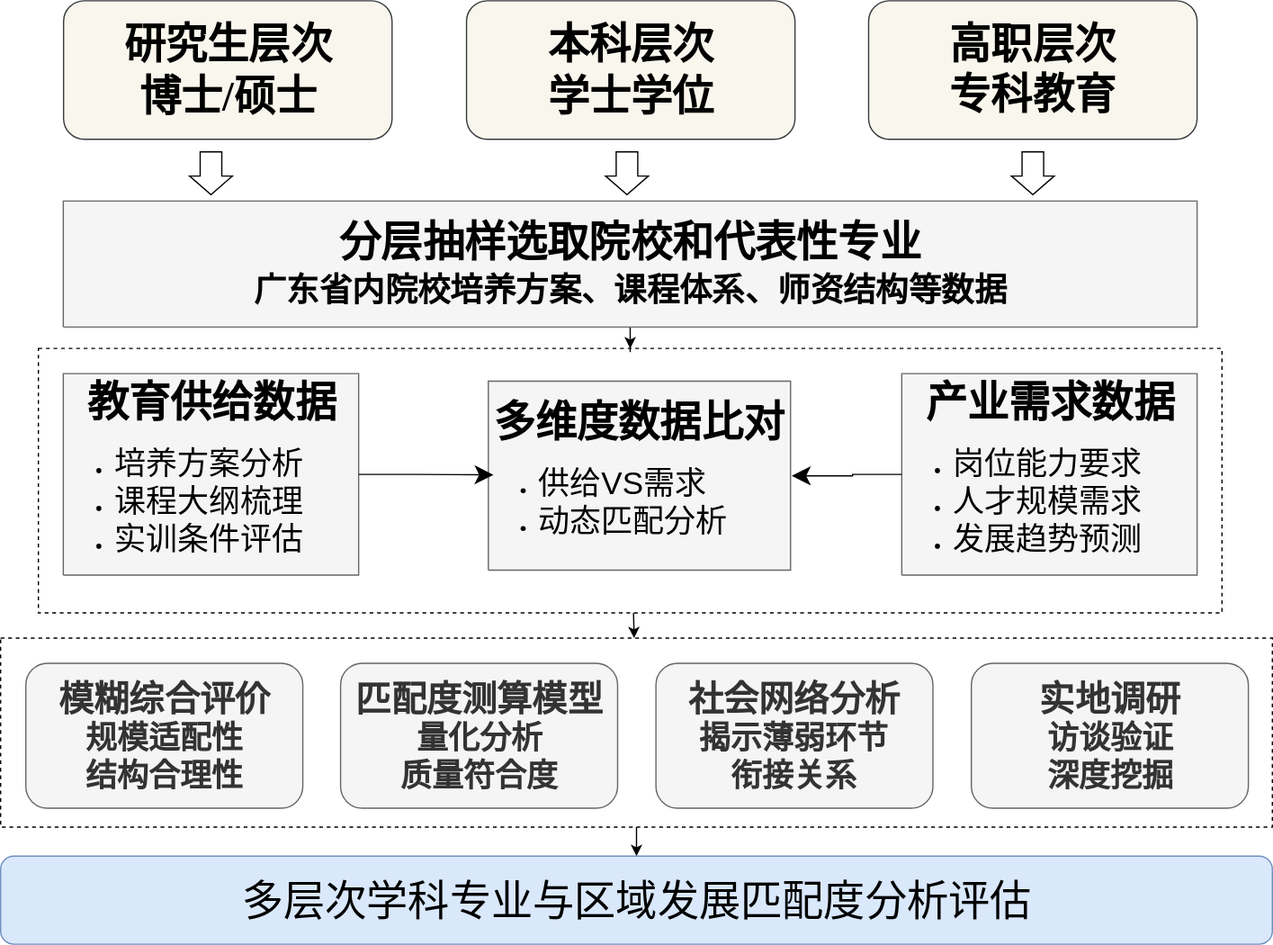
This is 图5.drawio.svg from handsome-tony/picture, a draw.io export, as it was before one commit. Source tidied: cells renumbered, new cells last; positions are measured from the earlier drawing's top-left corner, leaving out a move shared by most shapes.
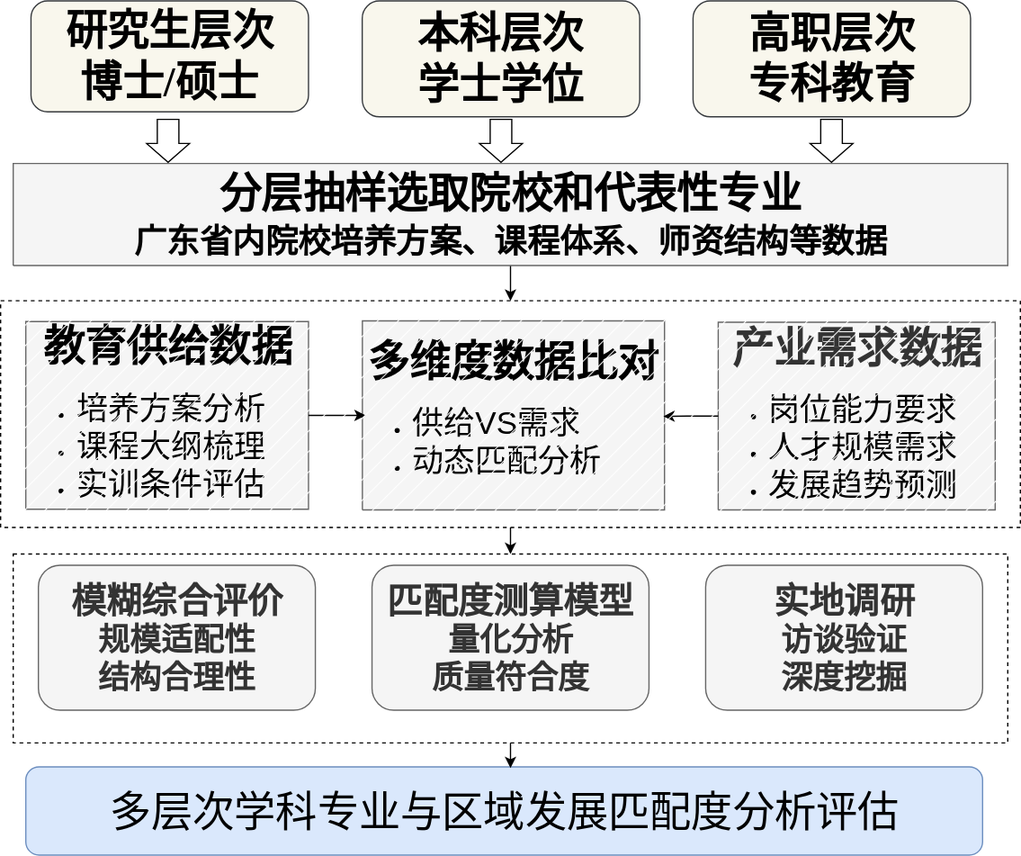
After the change.

Change to the diagram source:
```diff
@@ -2,71 +2,68 @@
   <root>
     <mxCell id="0" />
     <mxCell id="1" parent="0" />
-    <mxCell id="2" style="edgeStyle=orthogonalEdgeStyle;rounded=0;jettySize=auto;html=1;entryX=0.5;entryY=0;entryDx=0;entryDy=0;" parent="1" edge="1" source="3" target="21">
-      <mxGeometry relative="1" as="geometry" />
-    </mxCell>
     <mxCell id="3" style="rounded=0;whiteSpace=wrap;html=1;dashed=1;fillStyle=hatch;" parent="1" vertex="1">
-      <mxGeometry y="506" width="1010" height="150" as="geometry" />
+      <mxGeometry x="110" y="487" width="790" height="150" as="geometry" />
     </mxCell>
-    <mxCell id="4" style="rounded=0;jettySize=auto;html=1;" parent="1" edge="1" source="5" target="3">
-      <mxGeometry relative="1" as="geometry" />
-    </mxCell>
-    <mxCell id="5" style="rounded=0;whiteSpace=wrap;html=1;dashed=1;fillStyle=hatch;" parent="1" vertex="1">
-      <mxGeometry x="30" y="276" width="940" height="210" as="geometry" />
-    </mxCell>
-    <mxCell id="6" style="edgeStyle=orthogonalEdgeStyle;rounded=0;jettySize=auto;html=1;entryX=0.5;entryY=0;entryDx=0;entryDy=0;" parent="1" edge="1" source="7" target="5">
-      <mxGeometry relative="1" as="geometry" />
-    </mxCell>
+    <mxCell id="24" style="edgeStyle=orthogonalEdgeStyle;rounded=0;jettySize=auto;html=1;entryX=0.5;entryY=0;entryDx=0;entryDy=0;" parent="1" edge="1" source="7" target="26">
+      <mxGeometry relative="1" as="geometry" />
+    </mxCell>
     <mxCell id="7" value="&lt;div&gt;&lt;span style=&quot;background-color: transparent;&quot;&gt;&lt;font style=&quot;font-size: 33px;&quot; face=&quot;SimSun&quot; color=&quot;#000000&quot;&gt;&lt;b style=&quot;&quot;&gt;分层抽样选取院校和代表性专业&lt;/b&gt;&lt;/font&gt;&lt;/span&gt;&lt;/div&gt;&lt;div&gt;&lt;b&gt;&lt;font style=&quot;font-size: 26px;&quot;&gt;&lt;span style=&quot;background-color: transparent;&quot;&gt;&lt;font face=&quot;SimSun&quot; color=&quot;#000000&quot;&gt;广东&lt;/font&gt;&lt;/span&gt;&lt;span style=&quot;background-color: transparent;&quot;&gt;&lt;font face=&quot;SimSun&quot; color=&quot;#000000&quot;&gt;省内院校培养方案、课程体系、师资结构等数据&lt;/font&gt;&lt;/span&gt;&lt;/font&gt;&lt;/b&gt;&lt;/div&gt;" style="verticalAlign=middle;align=center;overflow=width;vsdxID=4;fillColor=#f5f5f5;shape=(stored shape, 160 characters);strokeColor=#666666;spacingTop=-1;spacingBottom=-1;spacingLeft=-1;spacingRight=-1;points=[];labelBackgroundColor=none;rounded=0;html=1;whiteSpace=wrap;fontSize=28;fontColor=#333333;" parent="1" vertex="1">
-      <mxGeometry x="49.8" y="159" width="900.4" height="100" as="geometry" />
+      <mxGeometry x="110" y="177" width="790" height="81" as="geometry" />
     </mxCell>
-    <mxCell id="8" value="&lt;div style=&quot;&quot;&gt;&lt;span style=&quot;background-color: transparent; font-size: 33px;&quot;&gt;&lt;font face=&quot;SimSun&quot;&gt;&lt;b&gt;研究生层次&lt;/b&gt;&lt;/font&gt;&lt;/span&gt;&lt;/div&gt;&lt;div style=&quot;&quot;&gt;&lt;span style=&quot;background-color: transparent; font-size: 33px;&quot;&gt;&lt;font face=&quot;SimSun&quot;&gt;&lt;b&gt;博士/硕士&lt;/b&gt;&lt;/font&gt;&lt;/span&gt;&lt;/div&gt;" style="rounded=1;whiteSpace=wrap;html=1;fillStyle=auto;fillColor=#f9f7ed;strokeColor=#36393d;" parent="1" vertex="1">
-      <mxGeometry x="50" width="260.9" height="110" as="geometry" />
-    </mxCell>
-    <mxCell id="9" value="&lt;div style=&quot;&quot;&gt;&lt;span style=&quot;background-color: transparent; font-size: 33px;&quot;&gt;&lt;font face=&quot;SimSun&quot;&gt;&lt;b&gt;本科&lt;/b&gt;&lt;/font&gt;&lt;/span&gt;&lt;b style=&quot;font-family: SimSun; background-color: transparent; font-size: 33px; color: light-dark(rgb(0, 0, 0), rgb(255, 255, 255));&quot;&gt;层次&lt;/b&gt;&lt;/div&gt;&lt;div style=&quot;&quot;&gt;&lt;span style=&quot;background-color: transparent; font-size: 33px;&quot;&gt;&lt;font face=&quot;SimSun&quot;&gt;&lt;b&gt;学士学位&lt;/b&gt;&lt;/font&gt;&lt;/span&gt;&lt;/div&gt;" style="rounded=1;whiteSpace=wrap;html=1;fillStyle=auto;fillColor=#f9f7ed;strokeColor=#36393d;" parent="1" vertex="1">
-      <mxGeometry x="370" width="260.9" height="110" as="geometry" />
-    </mxCell>
     <mxCell id="10" value="&lt;div style=&quot;&quot;&gt;&lt;span style=&quot;background-color: transparent; font-size: 33px;&quot;&gt;&lt;font face=&quot;SimSun&quot;&gt;&lt;b&gt;高职&lt;/b&gt;&lt;/font&gt;&lt;/span&gt;&lt;b style=&quot;background-color: transparent; color: light-dark(rgb(0, 0, 0), rgb(255, 255, 255)); font-family: SimSun; font-size: 33px;&quot;&gt;层次&lt;/b&gt;&lt;/div&gt;&lt;div style=&quot;&quot;&gt;&lt;font face=&quot;SimSun&quot;&gt;&lt;span style=&quot;font-size: 33px;&quot;&gt;&lt;b&gt;专科教育&lt;/b&gt;&lt;/span&gt;&lt;/font&gt;&lt;/div&gt;" style="rounded=1;whiteSpace=wrap;html=1;fillStyle=auto;fillColor=#f9f7ed;strokeColor=#36393d;" parent="1" vertex="1">
-      <mxGeometry x="689.3" width="260.9" height="110" as="geometry" />
+      <mxGeometry x="650" y="48" width="220.4" height="92" as="geometry" />
     </mxCell>
     <mxCell id="11" style="shape=singleArrow;direction=south;whiteSpace=wrap;html=1;fontFamily=Times New Roman;arrowWidth=0.5047607421875151;arrowSize=0.43714320591517664;rotation=0;" parent="1" vertex="1">
-      <mxGeometry x="150.1" y="120" width="34" height="34" as="geometry" />
+      <mxGeometry x="216" y="142" width="34" height="34" as="geometry" />
     </mxCell>
     <mxCell id="12" style="shape=singleArrow;direction=south;whiteSpace=wrap;html=1;fontFamily=Times New Roman;arrowWidth=0.5047607421875151;arrowSize=0.43714320591517664;rotation=0;" parent="1" vertex="1">
-      <mxGeometry x="480.4" y="120" width="34" height="34" as="geometry" />
+      <mxGeometry x="480.4" y="142" width="34" height="34" as="geometry" />
     </mxCell>
     <mxCell id="13" style="shape=singleArrow;direction=south;whiteSpace=wrap;html=1;fontFamily=Times New Roman;arrowWidth=0.5047607421875151;arrowSize=0.43714320591517664;rotation=0;" parent="1" vertex="1">
-      <mxGeometry x="802.8" y="120" width="34" height="34" as="geometry" />
+      <mxGeometry x="743" y="142" width="34" height="34" as="geometry" />
     </mxCell>
     <mxCell id="14" value="&lt;div&gt;&lt;span style=&quot;background-color: transparent; font-size: 33px;&quot;&gt;&lt;font face=&quot;SimSun&quot; color=&quot;#000000&quot;&gt;&lt;b&gt;教育供给数据&lt;/b&gt;&lt;/font&gt;&lt;/span&gt;&lt;/div&gt;&lt;div&gt;&lt;ul style=&quot;font-size: 12px; color: rgb(0, 0, 0);&quot;&gt;&lt;li style=&quot;text-align: left;&quot;&gt;&lt;font style=&quot;font-size: 25px;&quot;&gt;培养方案分析&lt;/font&gt;&lt;/li&gt;&lt;li style=&quot;text-align: left;&quot;&gt;&lt;font style=&quot;font-size: 25px;&quot;&gt;课程大纲梳理&lt;/font&gt;&lt;/li&gt;&lt;li style=&quot;text-align: left;&quot;&gt;&lt;font style=&quot;font-size: 25px;&quot;&gt;实训条件评估&lt;/font&gt;&lt;/li&gt;&lt;/ul&gt;&lt;/div&gt;" style="verticalAlign=middle;align=center;overflow=width;vsdxID=4;fillColor=#f5f5f5;shape=(stored shape, 160 characters);strokeColor=#666666;spacingTop=-1;spacingBottom=-1;spacingLeft=-1;spacingRight=-1;points=[];labelBackgroundColor=none;rounded=0;html=1;whiteSpace=wrap;fontSize=28;fontColor=#333333;" parent="1" vertex="1">
-      <mxGeometry x="49.8" y="296" width="234.6" height="160" as="geometry" />
+      <mxGeometry x="120" y="302.5" width="224.6" height="149" as="geometry" />
     </mxCell>
     <mxCell id="15" value="&lt;div&gt;&lt;span style=&quot;background-color: transparent; font-size: 33px;&quot;&gt;&lt;font face=&quot;SimSun&quot; color=&quot;#000000&quot;&gt;&lt;b&gt;多维度数据比对&lt;/b&gt;&lt;/font&gt;&lt;/span&gt;&lt;/div&gt;&lt;div&gt;&lt;ul style=&quot;font-size: 12px; color: rgb(0, 0, 0);&quot;&gt;&lt;li style=&quot;text-align: left;&quot;&gt;&lt;font style=&quot;font-size: 25px;&quot;&gt;供给VS需求&lt;/font&gt;&lt;/li&gt;&lt;li style=&quot;text-align: left;&quot;&gt;&lt;font style=&quot;font-size: 25px;&quot;&gt;动态匹配分析&lt;/font&gt;&lt;/li&gt;&lt;/ul&gt;&lt;/div&gt;" style="verticalAlign=middle;align=center;overflow=width;vsdxID=4;fillColor=#f5f5f5;shape=(stored shape, 160 characters);strokeColor=#666666;spacingTop=-1;spacingBottom=-1;spacingLeft=-1;spacingRight=-1;points=[];labelBackgroundColor=none;rounded=0;html=1;whiteSpace=wrap;fontSize=28;fontColor=#333333;" parent="1" vertex="1">
       <mxGeometry x="387.3" y="302" width="240" height="150" as="geometry" />
     </mxCell>
-    <mxCell id="16" value="&lt;div&gt;&lt;span style=&quot;background-color: transparent; font-size: 33px;&quot;&gt;&lt;font face=&quot;SimSun&quot; color=&quot;#000000&quot;&gt;&lt;b&gt;产业需求数据&lt;/b&gt;&lt;/font&gt;&lt;/span&gt;&lt;/div&gt;&lt;div&gt;&lt;ul style=&quot;font-size: 12px; color: rgb(0, 0, 0);&quot;&gt;&lt;li style=&quot;text-align: left;&quot;&gt;&lt;font style=&quot;font-size: 25px;&quot;&gt;岗位能力要求&lt;/font&gt;&lt;/li&gt;&lt;li style=&quot;text-align: left;&quot;&gt;&lt;font style=&quot;font-size: 25px;&quot;&gt;人才规模需求&lt;/font&gt;&lt;/li&gt;&lt;li style=&quot;text-align: left;&quot;&gt;&lt;font style=&quot;font-size: 25px;&quot;&gt;发展趋势预测&lt;/font&gt;&lt;/li&gt;&lt;/ul&gt;&lt;/div&gt;" style="verticalAlign=middle;align=center;overflow=width;vsdxID=4;fillColor=#f5f5f5;shape=(stored shape, 160 characters);strokeColor=#666666;spacingTop=-1;spacingBottom=-1;spacingLeft=-1;spacingRight=-1;points=[];labelBackgroundColor=none;rounded=0;html=1;whiteSpace=wrap;fontSize=28;fontColor=#333333;" parent="1" vertex="1">
-      <mxGeometry x="715.7" y="296" width="234.6" height="160" as="geometry" />
-    </mxCell>
     <mxCell id="17" value="&lt;div style=&quot;&quot;&gt;&lt;span style=&quot;background-color: transparent; font-size: 28px;&quot;&gt;&lt;font face=&quot;SimSun&quot;&gt;&lt;b&gt;模糊综合评价&lt;/b&gt;&lt;/font&gt;&lt;/span&gt;&lt;/div&gt;&lt;div style=&quot;&quot;&gt;&lt;span style=&quot;background-color: transparent;&quot;&gt;&lt;font style=&quot;font-size: 25px;&quot; face=&quot;SimSun&quot;&gt;&lt;b style=&quot;&quot;&gt;规模适配性&lt;/b&gt;&lt;/font&gt;&lt;/span&gt;&lt;/div&gt;&lt;div style=&quot;&quot;&gt;&lt;span style=&quot;background-color: transparent;&quot;&gt;&lt;font style=&quot;font-size: 25px;&quot; face=&quot;SimSun&quot;&gt;&lt;b style=&quot;&quot;&gt;结构合理性&lt;/b&gt;&lt;/font&gt;&lt;/span&gt;&lt;/div&gt;" style="rounded=1;whiteSpace=wrap;html=1;fillColor=#f5f5f5;fontColor=#333333;strokeColor=#666666;" parent="1" vertex="1">
-      <mxGeometry x="20" y="526" width="220" height="115" as="geometry" />
+      <mxGeometry x="130" y="496" width="220" height="115" as="geometry" />
     </mxCell>
     <mxCell id="18" value="&lt;div style=&quot;&quot;&gt;&lt;span style=&quot;background-color: transparent; font-size: 28px;&quot;&gt;&lt;font face=&quot;SimSun&quot;&gt;&lt;b&gt;匹配度测算模型&lt;/b&gt;&lt;/font&gt;&lt;/span&gt;&lt;/div&gt;&lt;div style=&quot;&quot;&gt;&lt;span style=&quot;background-color: transparent;&quot;&gt;&lt;font style=&quot;font-size: 25px;&quot; face=&quot;SimSun&quot;&gt;&lt;b style=&quot;&quot;&gt;量化分析&lt;/b&gt;&lt;/font&gt;&lt;/span&gt;&lt;/div&gt;&lt;div style=&quot;&quot;&gt;&lt;span style=&quot;background-color: transparent;&quot;&gt;&lt;font style=&quot;font-size: 25px;&quot; face=&quot;SimSun&quot;&gt;&lt;b style=&quot;&quot;&gt;质量符合度&lt;/b&gt;&lt;/font&gt;&lt;/span&gt;&lt;/div&gt;" style="rounded=1;whiteSpace=wrap;html=1;fillColor=#f5f5f5;fontColor=#333333;strokeColor=#666666;" parent="1" vertex="1">
-      <mxGeometry x="270" y="526" width="220" height="115" as="geometry" />
+      <mxGeometry x="395" y="496" width="220" height="115" as="geometry" />
     </mxCell>
-    <mxCell id="19" value="&lt;div style=&quot;&quot;&gt;&lt;span style=&quot;background-color: transparent; font-size: 28px;&quot;&gt;&lt;font face=&quot;SimSun&quot;&gt;&lt;b&gt;社会网络分析&lt;/b&gt;&lt;/font&gt;&lt;/span&gt;&lt;/div&gt;&lt;div style=&quot;&quot;&gt;&lt;span style=&quot;background-color: transparent;&quot;&gt;&lt;font style=&quot;font-size: 25px;&quot; face=&quot;SimSun&quot;&gt;&lt;b style=&quot;&quot;&gt;揭示薄弱环节&lt;/b&gt;&lt;/font&gt;&lt;/span&gt;&lt;/div&gt;&lt;div style=&quot;&quot;&gt;&lt;span style=&quot;background-color: transparent;&quot;&gt;&lt;font style=&quot;font-size: 25px;&quot; face=&quot;SimSun&quot;&gt;&lt;b style=&quot;&quot;&gt;衔接关系&lt;/b&gt;&lt;/font&gt;&lt;/span&gt;&lt;/div&gt;" style="rounded=1;whiteSpace=wrap;html=1;fillColor=#f5f5f5;fontColor=#333333;strokeColor=#666666;" parent="1" vertex="1">
-      <mxGeometry x="520.4" y="526" width="220" height="115" as="geometry" />
-    </mxCell>
     <mxCell id="20" value="&lt;div style=&quot;&quot;&gt;&lt;span style=&quot;background-color: transparent; font-size: 28px;&quot;&gt;&lt;font face=&quot;SimSun&quot;&gt;&lt;b&gt;实地调研&lt;/b&gt;&lt;/font&gt;&lt;/span&gt;&lt;/div&gt;&lt;div style=&quot;&quot;&gt;&lt;span style=&quot;background-color: transparent;&quot;&gt;&lt;font style=&quot;font-size: 25px;&quot; face=&quot;SimSun&quot;&gt;&lt;b style=&quot;&quot;&gt;访谈验证&lt;/b&gt;&lt;/font&gt;&lt;/span&gt;&lt;/div&gt;&lt;div style=&quot;&quot;&gt;&lt;span style=&quot;background-color: transparent;&quot;&gt;&lt;font style=&quot;font-size: 25px;&quot; face=&quot;SimSun&quot;&gt;&lt;b style=&quot;&quot;&gt;深度挖掘&lt;/b&gt;&lt;/font&gt;&lt;/span&gt;&lt;/div&gt;" style="rounded=1;whiteSpace=wrap;html=1;fillColor=#f5f5f5;fontColor=#333333;strokeColor=#666666;" parent="1" vertex="1">
-      <mxGeometry x="770.9" y="526" width="220" height="115" as="geometry" />
+      <mxGeometry x="660" y="496" width="220" height="115" as="geometry" />
     </mxCell>
     <mxCell id="21" value="&lt;span style=&quot;background-image: initial; background-position: initial; background-size: initial; background-repeat: initial; background-attachment: initial; background-origin: initial; background-clip: initial;&quot;&gt;&lt;font face=&quot;Helvetica&quot; style=&quot;font-size: 33px;&quot;&gt;多层次学科专业与区域发展匹配度分析评估&lt;/font&gt;&lt;/span&gt;" style="rounded=1;whiteSpace=wrap;html=1;fillColor=#dae8fc;strokeColor=#6c8ebf;" parent="1" vertex="1">
-      <mxGeometry y="679" width="1010" height="70" as="geometry" />
+      <mxGeometry x="120" y="656" width="760" height="70" as="geometry" />
     </mxCell>
+    <mxCell id="16" value="&lt;div&gt;&lt;span style=&quot;background-color: transparent; font-size: 33px;&quot;&gt;&lt;font face=&quot;SimSun&quot;&gt;&lt;b&gt;产业需求数据&lt;/b&gt;&lt;/font&gt;&lt;/span&gt;&lt;/div&gt;&lt;div&gt;&lt;ul style=&quot;font-size: 12px; color: rgb(0, 0, 0);&quot;&gt;&lt;li style=&quot;text-align: left;&quot;&gt;&lt;font style=&quot;font-size: 25px;&quot;&gt;岗位能力要求&lt;/font&gt;&lt;/li&gt;&lt;li style=&quot;text-align: left;&quot;&gt;&lt;font style=&quot;font-size: 25px;&quot;&gt;人才规模需求&lt;/font&gt;&lt;/li&gt;&lt;li style=&quot;text-align: left;&quot;&gt;&lt;font style=&quot;font-size: 25px;&quot;&gt;发展趋势预测&lt;/font&gt;&lt;/li&gt;&lt;/ul&gt;&lt;/div&gt;" style="verticalAlign=middle;align=center;overflow=width;vsdxID=4;fillColor=#f5f5f5;shape=(stored shape, 160 characters);strokeColor=#666666;spacingTop=-1;spacingBottom=-1;spacingLeft=-1;spacingRight=-1;points=[];labelBackgroundColor=none;rounded=0;html=1;whiteSpace=wrap;fontSize=28;fontColor=#333333;" parent="1" vertex="1">
+      <mxGeometry x="670" y="303" width="220" height="149" as="geometry" />
+    </mxCell>
-    <mxCell id="22" style="edgeStyle=orthogonalEdgeStyle;rounded=0;jettySize=auto;html=1;entryX=0.017;entryY=0.496;entryDx=0;entryDy=0;entryPerimeter=0;endSize=12;" parent="1" edge="1" source="14" target="15">
+    <mxCell id="22" style="edgeStyle=orthogonalEdgeStyle;rounded=0;jettySize=auto;html=1;entryX=0.011;entryY=0.5;entryDx=0;entryDy=0;entryPerimeter=0;" parent="1" edge="1" source="14" target="15">
       <mxGeometry relative="1" as="geometry" />
     </mxCell>
-    <mxCell id="23" style="edgeStyle=orthogonalEdgeStyle;rounded=0;jettySize=auto;html=1;entryX=1.004;entryY=0.501;entryDx=0;entryDy=0;entryPerimeter=0;endSize=12;" parent="1" edge="1" source="16" target="15">
+    <mxCell id="23" style="edgeStyle=orthogonalEdgeStyle;rounded=0;jettySize=auto;html=1;entryX=0.996;entryY=0.505;entryDx=0;entryDy=0;entryPerimeter=0;" parent="1" edge="1" source="16" target="15">
       <mxGeometry relative="1" as="geometry" />
     </mxCell>
+    <mxCell id="9" value="&lt;div style=&quot;&quot;&gt;&lt;div&gt;&lt;span style=&quot;background-color: transparent; font-size: 33px;&quot;&gt;&lt;font face=&quot;SimSun&quot;&gt;&lt;b&gt;本科&lt;/b&gt;&lt;/font&gt;&lt;/span&gt;&lt;b style=&quot;font-family: SimSun; background-color: transparent; font-size: 33px; color: light-dark(rgb(0, 0, 0), rgb(255, 255, 255));&quot;&gt;层次&lt;/b&gt;&lt;/div&gt;&lt;div&gt;&lt;span style=&quot;background-color: transparent; font-size: 33px;&quot;&gt;&lt;font face=&quot;SimSun&quot;&gt;&lt;b&gt;学士学位&lt;/b&gt;&lt;/font&gt;&lt;/span&gt;&lt;/div&gt;&lt;/div&gt;" style="rounded=1;whiteSpace=wrap;html=1;fillStyle=auto;fillColor=#f9f7ed;strokeColor=#36393d;" parent="1" vertex="1">
+      <mxGeometry x="387.2" y="48" width="220.4" height="92" as="geometry" />
+    </mxCell>
+    <mxCell id="8" value="&lt;div style=&quot;&quot;&gt;&lt;div&gt;&lt;span style=&quot;background-color: transparent; font-size: 33px;&quot;&gt;&lt;font face=&quot;SimSun&quot;&gt;&lt;b&gt;研究生层次&lt;/b&gt;&lt;/font&gt;&lt;/span&gt;&lt;/div&gt;&lt;div&gt;&lt;span style=&quot;background-color: transparent; font-size: 33px;&quot;&gt;&lt;font face=&quot;SimSun&quot;&gt;&lt;b&gt;博士/硕士&lt;/b&gt;&lt;/font&gt;&lt;/span&gt;&lt;/div&gt;&lt;/div&gt;" style="rounded=1;whiteSpace=wrap;html=1;fillStyle=auto;fillColor=#f9f7ed;strokeColor=#36393d;" parent="1" vertex="1">
+      <mxGeometry x="124.1" y="48" width="220.4" height="88" as="geometry" />
+    </mxCell>
+    <mxCell id="25" style="edgeStyle=orthogonalEdgeStyle;rounded=0;jettySize=auto;html=1;entryX=0.5;entryY=0;entryDx=0;entryDy=0;" parent="1" edge="1" source="26" target="3">
+      <mxGeometry relative="1" as="geometry" />
+    </mxCell>
+    <mxCell id="26" style="rounded=0;whiteSpace=wrap;html=1;dashed=1;fillStyle=hatch;" parent="1" vertex="1">
+      <mxGeometry x="100" y="286" width="810" height="180" as="geometry" />
+    </mxCell>
+    <mxCell id="2" style="edgeStyle=orthogonalEdgeStyle;rounded=0;jettySize=auto;html=1;entryX=0.507;entryY=0;entryDx=0;entryDy=0;entryPerimeter=0;" parent="1" edge="1" source="3" target="21">
+      <mxGeometry relative="1" as="geometry" />
+    </mxCell>
   </root>
 </mxGraphModel>
```
